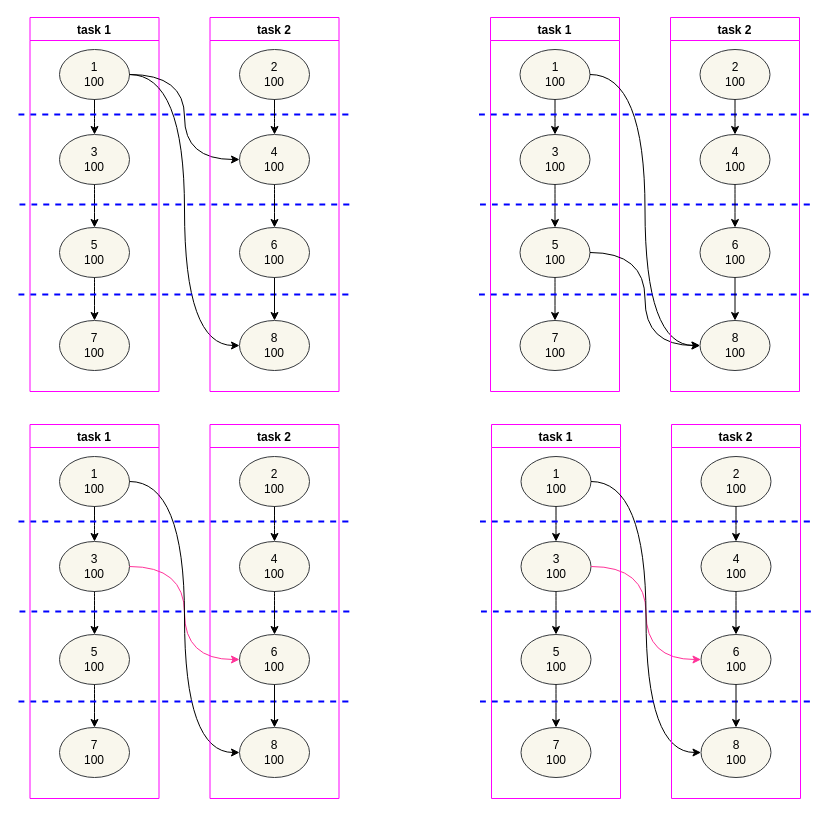
Above: SimplifyDependency.drawio in Dercury/CLDK (draw.io), before the change. Source tidied: cells renumbered, new cells numbered last; positions are measured from the earlier drawing's top-left corner, leaving out a move shared by most shapes. Both pictures are drawn from the tidied source at 100%, with x=0, y=0 at pixel (18, 17).
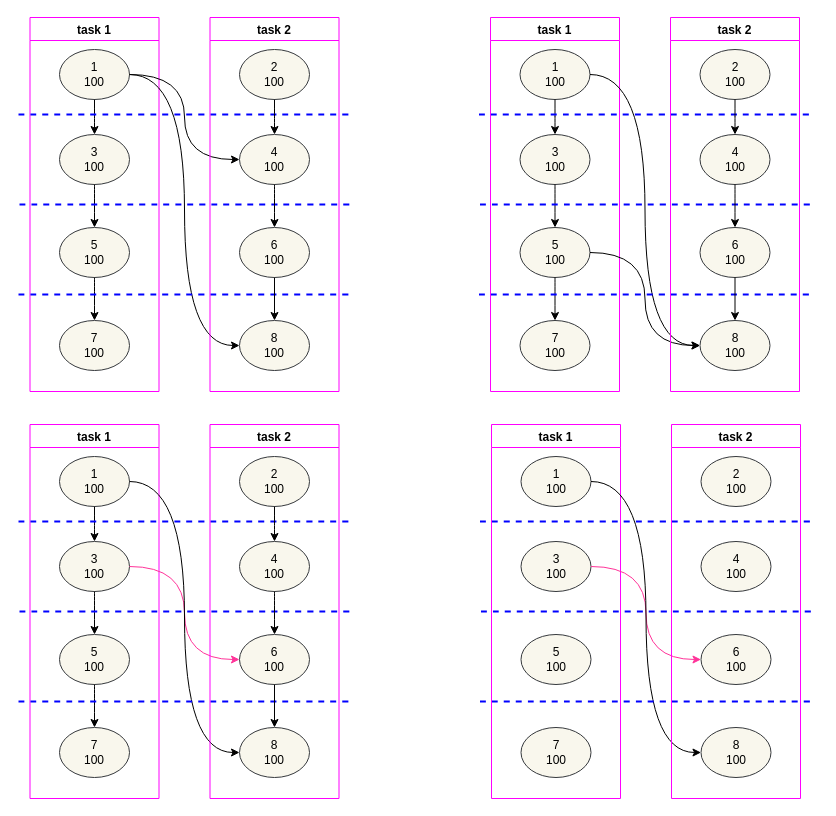
The same page after the edit.

Unchanged cells that the change refers to:
```xml
<mxCell id="65" value="task 1" style="swimlane;fillColor=none;strokeColor=#FF00FF;" parent="1" vertex="1">
  <mxGeometry x="473" y="407" width="129" height="374" as="geometry" />
</mxCell>
<mxCell id="66" value="1&lt;br&gt;100" style="ellipse;whiteSpace=wrap;html=1;fillColor=#f9f7ed;strokeColor=#36393d;" parent="65" vertex="1">
  <mxGeometry x="29.5" y="32" width="70" height="50" as="geometry" />
</mxCell>
<mxCell id="67" value="3&lt;br&gt;100" style="ellipse;whiteSpace=wrap;html=1;fillColor=#f9f7ed;strokeColor=#36393d;" parent="65" vertex="1">
  <mxGeometry x="29.5" y="117" width="70" height="50" as="geometry" />
</mxCell>
<mxCell id="69" value="5&lt;br&gt;100" style="ellipse;whiteSpace=wrap;html=1;fillColor=#f9f7ed;strokeColor=#36393d;" parent="65" vertex="1">
  <mxGeometry x="29.5" y="210" width="70" height="50" as="geometry" />
</mxCell>
<mxCell id="71" value="7&lt;br&gt;100" style="ellipse;whiteSpace=wrap;html=1;fillColor=#f9f7ed;strokeColor=#36393d;" parent="65" vertex="1">
  <mxGeometry x="29.5" y="303" width="70" height="50" as="geometry" />
</mxCell>
<mxCell id="78" value="task 2" style="swimlane;fillColor=none;strokeColor=#FF00FF;" parent="1" vertex="1">
  <mxGeometry x="653" y="407" width="129" height="374" as="geometry" />
</mxCell>
<mxCell id="79" value="2&lt;br&gt;100" style="ellipse;whiteSpace=wrap;html=1;fillColor=#f9f7ed;strokeColor=#36393d;" parent="78" vertex="1">
  <mxGeometry x="29.5" y="32" width="70" height="50" as="geometry" />
</mxCell>
<mxCell id="80" value="4&lt;br&gt;100" style="ellipse;whiteSpace=wrap;html=1;fillColor=#f9f7ed;strokeColor=#36393d;" parent="78" vertex="1">
  <mxGeometry x="29.5" y="117" width="70" height="50" as="geometry" />
</mxCell>
<mxCell id="82" value="6&lt;br&gt;100" style="ellipse;whiteSpace=wrap;html=1;fillColor=#f9f7ed;strokeColor=#36393d;" parent="78" vertex="1">
  <mxGeometry x="29.5" y="210" width="70" height="50" as="geometry" />
</mxCell>
<mxCell id="84" value="8&lt;br&gt;100" style="ellipse;whiteSpace=wrap;html=1;fillColor=#f9f7ed;strokeColor=#36393d;" parent="78" vertex="1">
  <mxGeometry x="29.5" y="303" width="70" height="50" as="geometry" />
</mxCell>
```

What changed in the source:
```diff
@@
-    <mxCell id="68" style="edgeStyle=orthogonalEdgeStyle;rounded=0;jettySize=auto;html=1;curved=1;" parent="65" edge="1" source="66" target="67">
-      <mxGeometry relative="1" as="geometry" />
-    </mxCell>
@@
-    <mxCell id="70" style="edgeStyle=orthogonalEdgeStyle;curved=1;rounded=0;jettySize=auto;html=1;" parent="65" edge="1" source="67" target="69">
-      <mxGeometry relative="1" as="geometry" />
-    </mxCell>
@@
-    <mxCell id="72" style="edgeStyle=orthogonalEdgeStyle;curved=1;rounded=0;jettySize=auto;html=1;" parent="65" edge="1" source="69" target="71">
-      <mxGeometry relative="1" as="geometry" />
-    </mxCell>
@@
-    <mxCell id="81" style="edgeStyle=orthogonalEdgeStyle;curved=1;rounded=0;jettySize=auto;html=1;" parent="78" edge="1" source="79" target="80">
-      <mxGeometry relative="1" as="geometry" />
-    </mxCell>
@@
-    <mxCell id="83" style="edgeStyle=orthogonalEdgeStyle;curved=1;rounded=0;jettySize=auto;html=1;" parent="78" edge="1" source="80" target="82">
-      <mxGeometry relative="1" as="geometry" />
-    </mxCell>
@@
-    <mxCell id="85" style="edgeStyle=orthogonalEdgeStyle;rounded=0;jettySize=auto;html=1;" parent="78" edge="1" source="82" target="84">
-      <mxGeometry relative="1" as="geometry" />
-    </mxCell>
```
